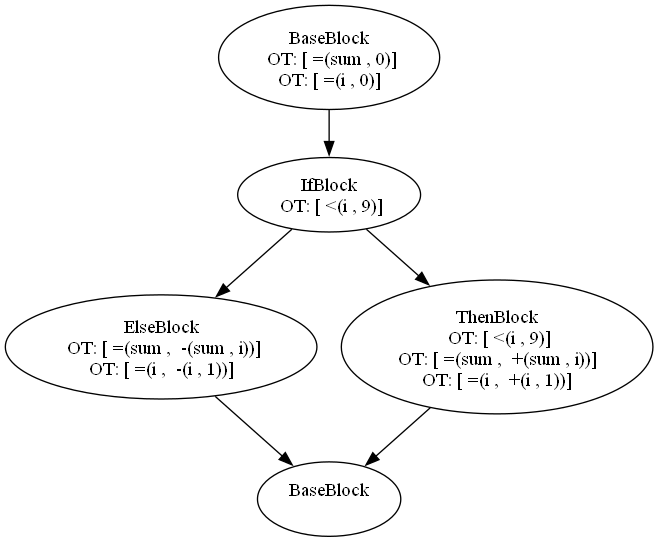
Above: cpoCompilerWin/cfgi0.dot.png in aveen007/CountingMonkeys (Graphviz), before the change. Its source is kept beside it as cpoCompilerWin/cfgi0.dot.
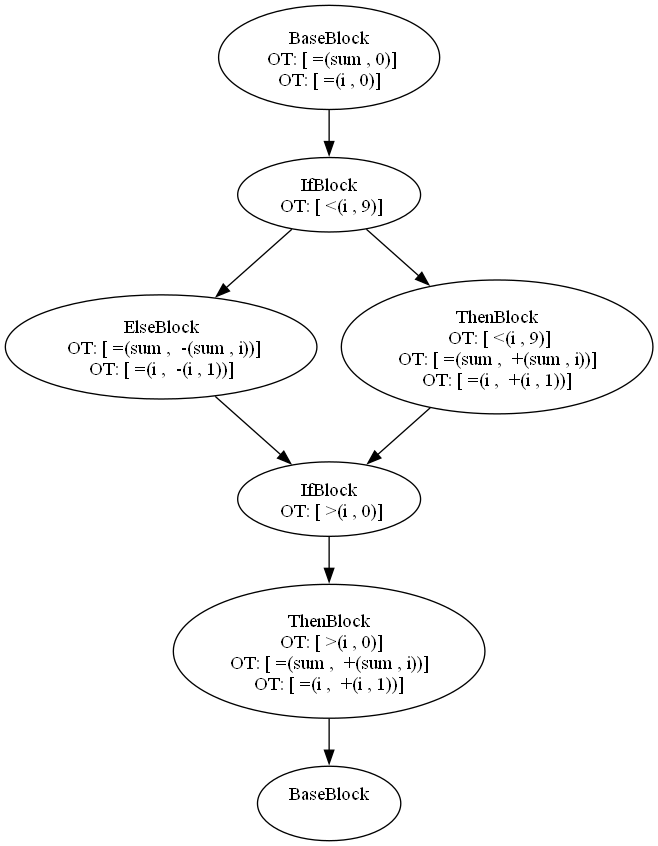
Above is the later version.

What changed in the source:
```diff
@@ -1,20 +1,28 @@
 digraph G {
-    n000002377810AC50 [label="BaseBlock\n OT: [ =(sum , 0)]
+    n000001C75728CBB0 [label="BaseBlock\n OT: [ =(sum , 0)]
 OT: [ =(i , 0)]
 "]
-    n000002377810AC50 -> n000002377810ABE0
-    n000002377810ABE0 [label="IfBlock\n OT: [ <(i , 9)]
+    n000001C75728CBB0 -> n000001C75728C9F0
+    n000001C75728C9F0 [label="IfBlock\n OT: [ <(i , 9)]
 "]
-    n000002377810AF60 [label="ElseBlock\n OT: [ =(sum ,  -(sum , i))]
+    n000001C75728C980 [label="ElseBlock\n OT: [ =(sum ,  -(sum , i))]
 OT: [ =(i ,  -(i , 1))]
 "]
-    n000002377810A9B0 [label="ThenBlock\n OT: [ <(i , 9)]
+    n000001C75728CC20 [label="ThenBlock\n OT: [ <(i , 9)]
 OT: [ =(sum ,  +(sum , i))]
 OT: [ =(i ,  +(i , 1))]
 "]
-    n000002377810ABE0 -> n000002377810AF60
-    n000002377810AF60 -> n000002377810A550
-    n000002377810ABE0 -> n000002377810A9B0
-    n000002377810A9B0 -> n000002377810A550
-    n000002377810A550 [label="BaseBlock\n "]
+    n000001C75728C9F0 -> n000001C75728C980
+    n000001C75728C980 -> n000001C75728D390
+    n000001C75728C9F0 -> n000001C75728CC20
+    n000001C75728CC20 -> n000001C75728D390
+    n000001C75728D390 [label="IfBlock\n OT: [ >(i , 0)]
+"]
+    n000001C75728C670 [label="ThenBlock\n OT: [ >(i , 0)]
+OT: [ =(sum ,  +(sum , i))]
+OT: [ =(i ,  +(i , 1))]
+"]
+    n000001C75728D390 -> n000001C75728C670
+    n000001C75728C670 -> n000001C75728C830
+    n000001C75728C830 [label="BaseBlock\n "]
 }
```
